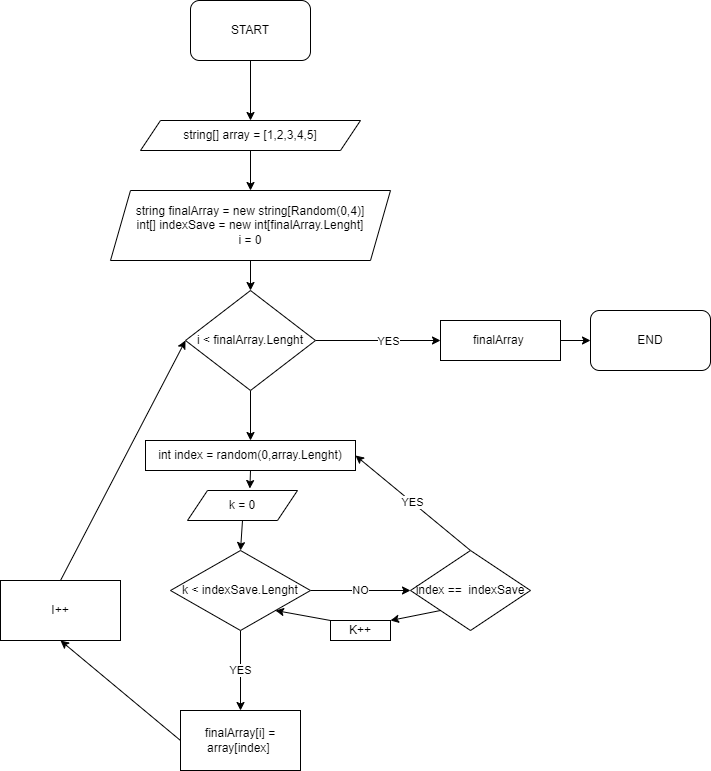
This is Block_diagram/example.drawio.png from Max-Shulga/Exam, a draw.io export, as it was before one commit. Source tidied: cells renumbered, new cells last; positions are measured from the earlier drawing's top-left corner, leaving out a move shared by most shapes. Source of this version:
```xml
<mxGraphModel>
  <root>
    <mxCell id="0" />
    <mxCell id="1" parent="0" />
    <mxCell id="2" style="edgeStyle=none;html=1;exitX=0.5;exitY=1;exitDx=0;exitDy=0;" parent="1" edge="1" source="3" target="6">
      <mxGeometry relative="1" as="geometry" />
    </mxCell>
    <mxCell id="3" value="START" style="rounded=1;whiteSpace=wrap;html=1;" parent="1" vertex="1">
      <mxGeometry x="190" width="120" height="60" as="geometry" />
    </mxCell>
    <mxCell id="4" value="END" style="rounded=1;whiteSpace=wrap;html=1;" parent="1" vertex="1">
      <mxGeometry x="590" y="310" width="120" height="60" as="geometry" />
    </mxCell>
    <mxCell id="5" style="edgeStyle=none;html=1;exitX=0.5;exitY=1;exitDx=0;exitDy=0;" parent="1" edge="1" source="6" target="8">
      <mxGeometry relative="1" as="geometry" />
    </mxCell>
    <mxCell id="6" value="string[] array = [1,2,3,4,5]" style="shape=parallelogram;perimeter=parallelogramPerimeter;whiteSpace=wrap;html=1;fixedSize=1;" parent="1" vertex="1">
      <mxGeometry x="140" y="120" width="220" height="30" as="geometry" />
    </mxCell>
    <mxCell id="7" style="edgeStyle=none;html=1;exitX=0.5;exitY=1;exitDx=0;exitDy=0;entryX=0.5;entryY=0;entryDx=0;entryDy=0;" parent="1" edge="1" source="8" target="12">
      <mxGeometry relative="1" as="geometry" />
    </mxCell>
    <mxCell id="8" value="string finalArray = new string[Random(0,4)]&lt;br&gt;int[] indexSave = new int[finalArray.Lenght]&lt;br&gt;i = 0" style="shape=parallelogram;perimeter=parallelogramPerimeter;whiteSpace=wrap;html=1;fixedSize=1;" parent="1" vertex="1">
      <mxGeometry x="110" y="190" width="280" height="70" as="geometry" />
    </mxCell>
    <mxCell id="9" style="edgeStyle=none;html=1;exitX=1;exitY=0.5;exitDx=0;exitDy=0;" parent="1" edge="1" source="12">
      <mxGeometry relative="1" as="geometry">
        <mxPoint x="440" y="340" as="targetPoint" />
      </mxGeometry>
    </mxCell>
    <mxCell id="10" value="YES" style="edgeLabel;html=1;align=center;verticalAlign=middle;" parent="9" vertex="1">
      <mxGeometry x="0.16" relative="1" as="geometry" />
    </mxCell>
    <mxCell id="11" style="edgeStyle=none;html=1;exitX=0.5;exitY=1;exitDx=0;exitDy=0;entryX=0.5;entryY=0;entryDx=0;entryDy=0;" parent="1" edge="1" source="12" target="16">
      <mxGeometry relative="1" as="geometry" />
    </mxCell>
    <mxCell id="12" value="i &amp;lt; finalArray.Lenght" style="rhombus;whiteSpace=wrap;html=1;" parent="1" vertex="1">
      <mxGeometry x="185" y="290" width="130" height="100" as="geometry" />
    </mxCell>
    <mxCell id="13" style="edgeStyle=none;html=1;exitX=1;exitY=0.5;exitDx=0;exitDy=0;entryX=0;entryY=0.5;entryDx=0;entryDy=0;" parent="1" edge="1" source="14" target="4">
      <mxGeometry relative="1" as="geometry" />
    </mxCell>
    <mxCell id="14" value="&lt;span&gt;finalArray&amp;nbsp;&lt;/span&gt;" style="rounded=0;whiteSpace=wrap;html=1;" parent="1" vertex="1">
      <mxGeometry x="440" y="320" width="120" height="40" as="geometry" />
    </mxCell>
    <mxCell id="15" style="edgeStyle=none;html=1;exitX=0.5;exitY=1;exitDx=0;exitDy=0;entryX=0.567;entryY=-0.066;entryDx=0;entryDy=0;entryPerimeter=0;" parent="1" edge="1" source="16" target="18">
      <mxGeometry relative="1" as="geometry" />
    </mxCell>
    <mxCell id="16" value="int index = random(0,array.Lenght)" style="rounded=0;whiteSpace=wrap;html=1;" parent="1" vertex="1">
      <mxGeometry x="145" y="440" width="210" height="30" as="geometry" />
    </mxCell>
    <mxCell id="17" style="edgeStyle=none;html=1;exitX=0.5;exitY=1;exitDx=0;exitDy=0;entryX=0.5;entryY=0;entryDx=0;entryDy=0;" parent="1" edge="1" source="18" target="21">
      <mxGeometry relative="1" as="geometry" />
    </mxCell>
    <mxCell id="18" value="k = 0" style="shape=parallelogram;perimeter=parallelogramPerimeter;whiteSpace=wrap;html=1;fixedSize=1;" parent="1" vertex="1">
      <mxGeometry x="187" y="490" width="110" height="30" as="geometry" />
    </mxCell>
    <mxCell id="19" value="NO" style="edgeStyle=none;html=1;exitX=1;exitY=0.5;exitDx=0;exitDy=0;entryX=0;entryY=0.5;entryDx=0;entryDy=0;" parent="1" edge="1" source="21" target="24">
      <mxGeometry relative="1" as="geometry" />
    </mxCell>
    <mxCell id="20" value="YES" style="edgeStyle=none;html=1;exitX=0.5;exitY=1;exitDx=0;exitDy=0;entryX=0.5;entryY=0;entryDx=0;entryDy=0;" parent="1" edge="1" source="21" target="26">
      <mxGeometry relative="1" as="geometry" />
    </mxCell>
    <mxCell id="21" value="k &amp;lt; indexSave.Lenght" style="rhombus;whiteSpace=wrap;html=1;" parent="1" vertex="1">
      <mxGeometry x="170" y="550" width="140" height="80" as="geometry" />
    </mxCell>
    <mxCell id="22" value="YES" style="edgeStyle=none;html=1;exitX=0.5;exitY=0;exitDx=0;exitDy=0;entryX=1;entryY=0.5;entryDx=0;entryDy=0;" parent="1" edge="1" source="24" target="16">
      <mxGeometry relative="1" as="geometry" />
    </mxCell>
    <mxCell id="23" style="edgeStyle=none;html=1;exitX=0;exitY=1;exitDx=0;exitDy=0;entryX=1;entryY=0;entryDx=0;entryDy=0;" parent="1" edge="1" source="24" target="30">
      <mxGeometry relative="1" as="geometry" />
    </mxCell>
    <mxCell id="24" value="index ==&amp;nbsp; indexSave" style="rhombus;whiteSpace=wrap;html=1;" parent="1" vertex="1">
      <mxGeometry x="410" y="550" width="120" height="80" as="geometry" />
    </mxCell>
    <mxCell id="25" style="edgeStyle=none;html=1;exitX=0;exitY=0.5;exitDx=0;exitDy=0;entryX=0.5;entryY=1;entryDx=0;entryDy=0;" parent="1" edge="1" source="26" target="28">
      <mxGeometry relative="1" as="geometry" />
    </mxCell>
    <mxCell id="26" value="&lt;span&gt;finalArray[i] = array[index]&amp;nbsp;&lt;/span&gt;" style="rounded=0;whiteSpace=wrap;html=1;" parent="1" vertex="1">
      <mxGeometry x="180" y="710" width="120" height="60" as="geometry" />
    </mxCell>
    <mxCell id="27" style="edgeStyle=none;html=1;exitX=0.5;exitY=0;exitDx=0;exitDy=0;entryX=0;entryY=0.5;entryDx=0;entryDy=0;" parent="1" edge="1" source="28" target="12">
      <mxGeometry relative="1" as="geometry" />
    </mxCell>
    <mxCell id="28" value="I++" style="rounded=0;whiteSpace=wrap;html=1;" parent="1" vertex="1">
      <mxGeometry y="580" width="120" height="60" as="geometry" />
    </mxCell>
    <mxCell id="29" style="edgeStyle=none;html=1;exitX=0;exitY=0;exitDx=0;exitDy=0;entryX=1;entryY=1;entryDx=0;entryDy=0;" parent="1" edge="1" source="30" target="21">
      <mxGeometry relative="1" as="geometry" />
    </mxCell>
    <mxCell id="30" value="K++" style="rounded=0;whiteSpace=wrap;html=1;" parent="1" vertex="1">
      <mxGeometry x="330" y="620" width="60" height="20" as="geometry" />
    </mxCell>
  </root>
</mxGraphModel>
```
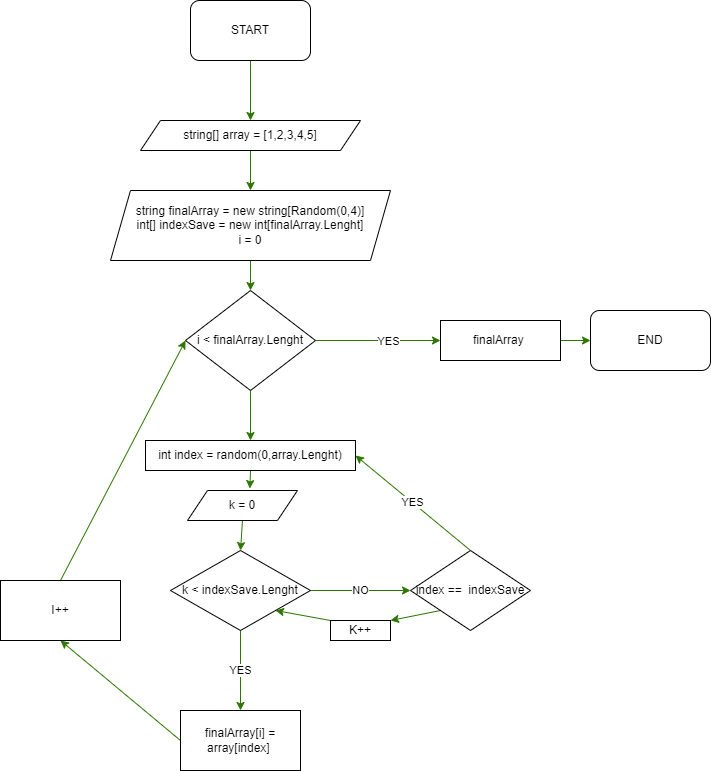
Above is the later version.

Diff of the diagram source:
```diff
@@ -2,7 +2,7 @@
   <root>
     <mxCell id="0" />
     <mxCell id="1" parent="0" />
-    <mxCell id="2" style="edgeStyle=none;html=1;exitX=0.5;exitY=1;exitDx=0;exitDy=0;" parent="1" edge="1" source="3" target="6">
+    <mxCell id="2" style="edgeStyle=none;html=1;exitX=0.5;exitY=1;exitDx=0;exitDy=0;fillColor=#60a917;strokeColor=#2D7600;" parent="1" edge="1" source="3" target="6">
       <mxGeometry relative="1" as="geometry" />
     </mxCell>
     <mxCell id="3" value="START" style="rounded=1;whiteSpace=wrap;html=1;" parent="1" vertex="1">
@@ -11,19 +11,19 @@
     <mxCell id="4" value="END" style="rounded=1;whiteSpace=wrap;html=1;" parent="1" vertex="1">
       <mxGeometry x="590" y="310" width="120" height="60" as="geometry" />
     </mxCell>
-    <mxCell id="5" style="edgeStyle=none;html=1;exitX=0.5;exitY=1;exitDx=0;exitDy=0;" parent="1" edge="1" source="6" target="8">
+    <mxCell id="5" style="edgeStyle=none;html=1;exitX=0.5;exitY=1;exitDx=0;exitDy=0;fillColor=#60a917;strokeColor=#2D7600;" parent="1" edge="1" source="6" target="8">
       <mxGeometry relative="1" as="geometry" />
     </mxCell>
     <mxCell id="6" value="string[] array = [1,2,3,4,5]" style="shape=parallelogram;perimeter=parallelogramPerimeter;whiteSpace=wrap;html=1;fixedSize=1;" parent="1" vertex="1">
       <mxGeometry x="140" y="120" width="220" height="30" as="geometry" />
     </mxCell>
-    <mxCell id="7" style="edgeStyle=none;html=1;exitX=0.5;exitY=1;exitDx=0;exitDy=0;entryX=0.5;entryY=0;entryDx=0;entryDy=0;" parent="1" edge="1" source="8" target="12">
+    <mxCell id="7" style="edgeStyle=none;html=1;exitX=0.5;exitY=1;exitDx=0;exitDy=0;entryX=0.5;entryY=0;entryDx=0;entryDy=0;fillColor=#60a917;strokeColor=#2D7600;" parent="1" edge="1" source="8" target="12">
       <mxGeometry relative="1" as="geometry" />
     </mxCell>
     <mxCell id="8" value="string finalArray = new string[Random(0,4)]&lt;br&gt;int[] indexSave = new int[finalArray.Lenght]&lt;br&gt;i = 0" style="shape=parallelogram;perimeter=parallelogramPerimeter;whiteSpace=wrap;html=1;fixedSize=1;" parent="1" vertex="1">
       <mxGeometry x="110" y="190" width="280" height="70" as="geometry" />
     </mxCell>
-    <mxCell id="9" style="edgeStyle=none;html=1;exitX=1;exitY=0.5;exitDx=0;exitDy=0;" parent="1" edge="1" source="12">
+    <mxCell id="9" style="edgeStyle=none;html=1;exitX=1;exitY=0.5;exitDx=0;exitDy=0;fillColor=#60a917;strokeColor=#2D7600;" parent="1" edge="1" source="12">
       <mxGeometry relative="1" as="geometry">
         <mxPoint x="440" y="340" as="targetPoint" />
       </mxGeometry>
@@ -31,61 +31,61 @@
     <mxCell id="10" value="YES" style="edgeLabel;html=1;align=center;verticalAlign=middle;" parent="9" vertex="1">
       <mxGeometry x="0.16" relative="1" as="geometry" />
     </mxCell>
-    <mxCell id="11" style="edgeStyle=none;html=1;exitX=0.5;exitY=1;exitDx=0;exitDy=0;entryX=0.5;entryY=0;entryDx=0;entryDy=0;" parent="1" edge="1" source="12" target="16">
+    <mxCell id="11" style="edgeStyle=none;html=1;exitX=0.5;exitY=1;exitDx=0;exitDy=0;entryX=0.5;entryY=0;entryDx=0;entryDy=0;fillColor=#60a917;strokeColor=#2D7600;" parent="1" edge="1" source="12" target="16">
       <mxGeometry relative="1" as="geometry" />
     </mxCell>
     <mxCell id="12" value="i &amp;lt; finalArray.Lenght" style="rhombus;whiteSpace=wrap;html=1;" parent="1" vertex="1">
       <mxGeometry x="185" y="290" width="130" height="100" as="geometry" />
     </mxCell>
-    <mxCell id="13" style="edgeStyle=none;html=1;exitX=1;exitY=0.5;exitDx=0;exitDy=0;entryX=0;entryY=0.5;entryDx=0;entryDy=0;" parent="1" edge="1" source="14" target="4">
+    <mxCell id="13" style="edgeStyle=none;html=1;exitX=1;exitY=0.5;exitDx=0;exitDy=0;entryX=0;entryY=0.5;entryDx=0;entryDy=0;fillColor=#60a917;strokeColor=#2D7600;" parent="1" edge="1" source="14" target="4">
       <mxGeometry relative="1" as="geometry" />
     </mxCell>
     <mxCell id="14" value="&lt;span&gt;finalArray&amp;nbsp;&lt;/span&gt;" style="rounded=0;whiteSpace=wrap;html=1;" parent="1" vertex="1">
       <mxGeometry x="440" y="320" width="120" height="40" as="geometry" />
     </mxCell>
-    <mxCell id="15" style="edgeStyle=none;html=1;exitX=0.5;exitY=1;exitDx=0;exitDy=0;entryX=0.567;entryY=-0.066;entryDx=0;entryDy=0;entryPerimeter=0;" parent="1" edge="1" source="16" target="18">
+    <mxCell id="15" style="edgeStyle=none;html=1;exitX=0.5;exitY=1;exitDx=0;exitDy=0;entryX=0.567;entryY=-0.066;entryDx=0;entryDy=0;entryPerimeter=0;fillColor=#60a917;strokeColor=#2D7600;" parent="1" edge="1" source="16" target="18">
       <mxGeometry relative="1" as="geometry" />
     </mxCell>
     <mxCell id="16" value="int index = random(0,array.Lenght)" style="rounded=0;whiteSpace=wrap;html=1;" parent="1" vertex="1">
       <mxGeometry x="145" y="440" width="210" height="30" as="geometry" />
     </mxCell>
-    <mxCell id="17" style="edgeStyle=none;html=1;exitX=0.5;exitY=1;exitDx=0;exitDy=0;entryX=0.5;entryY=0;entryDx=0;entryDy=0;" parent="1" edge="1" source="18" target="21">
+    <mxCell id="17" style="edgeStyle=none;html=1;exitX=0.5;exitY=1;exitDx=0;exitDy=0;entryX=0.5;entryY=0;entryDx=0;entryDy=0;fillColor=#60a917;strokeColor=#2D7600;" parent="1" edge="1" source="18" target="21">
       <mxGeometry relative="1" as="geometry" />
     </mxCell>
     <mxCell id="18" value="k = 0" style="shape=parallelogram;perimeter=parallelogramPerimeter;whiteSpace=wrap;html=1;fixedSize=1;" parent="1" vertex="1">
       <mxGeometry x="187" y="490" width="110" height="30" as="geometry" />
     </mxCell>
-    <mxCell id="19" value="NO" style="edgeStyle=none;html=1;exitX=1;exitY=0.5;exitDx=0;exitDy=0;entryX=0;entryY=0.5;entryDx=0;entryDy=0;" parent="1" edge="1" source="21" target="24">
+    <mxCell id="19" value="NO" style="edgeStyle=none;html=1;exitX=1;exitY=0.5;exitDx=0;exitDy=0;entryX=0;entryY=0.5;entryDx=0;entryDy=0;fillColor=#60a917;strokeColor=#2D7600;" parent="1" edge="1" source="21" target="24">
       <mxGeometry relative="1" as="geometry" />
     </mxCell>
-    <mxCell id="20" value="YES" style="edgeStyle=none;html=1;exitX=0.5;exitY=1;exitDx=0;exitDy=0;entryX=0.5;entryY=0;entryDx=0;entryDy=0;" parent="1" edge="1" source="21" target="26">
+    <mxCell id="20" value="YES" style="edgeStyle=none;html=1;exitX=0.5;exitY=1;exitDx=0;exitDy=0;entryX=0.5;entryY=0;entryDx=0;entryDy=0;fillColor=#60a917;strokeColor=#2D7600;" parent="1" edge="1" source="21" target="26">
       <mxGeometry relative="1" as="geometry" />
     </mxCell>
     <mxCell id="21" value="k &amp;lt; indexSave.Lenght" style="rhombus;whiteSpace=wrap;html=1;" parent="1" vertex="1">
       <mxGeometry x="170" y="550" width="140" height="80" as="geometry" />
     </mxCell>
-    <mxCell id="22" value="YES" style="edgeStyle=none;html=1;exitX=0.5;exitY=0;exitDx=0;exitDy=0;entryX=1;entryY=0.5;entryDx=0;entryDy=0;" parent="1" edge="1" source="24" target="16">
+    <mxCell id="22" value="YES" style="edgeStyle=none;html=1;exitX=0.5;exitY=0;exitDx=0;exitDy=0;entryX=1;entryY=0.5;entryDx=0;entryDy=0;fillColor=#60a917;strokeColor=#2D7600;" parent="1" edge="1" source="24" target="16">
       <mxGeometry relative="1" as="geometry" />
     </mxCell>
-    <mxCell id="23" style="edgeStyle=none;html=1;exitX=0;exitY=1;exitDx=0;exitDy=0;entryX=1;entryY=0;entryDx=0;entryDy=0;" parent="1" edge="1" source="24" target="30">
+    <mxCell id="23" style="edgeStyle=none;html=1;exitX=0;exitY=1;exitDx=0;exitDy=0;entryX=1;entryY=0;entryDx=0;entryDy=0;fillColor=#60a917;strokeColor=#2D7600;" parent="1" edge="1" source="24" target="30">
       <mxGeometry relative="1" as="geometry" />
     </mxCell>
     <mxCell id="24" value="index ==&amp;nbsp; indexSave" style="rhombus;whiteSpace=wrap;html=1;" parent="1" vertex="1">
       <mxGeometry x="410" y="550" width="120" height="80" as="geometry" />
     </mxCell>
-    <mxCell id="25" style="edgeStyle=none;html=1;exitX=0;exitY=0.5;exitDx=0;exitDy=0;entryX=0.5;entryY=1;entryDx=0;entryDy=0;" parent="1" edge="1" source="26" target="28">
+    <mxCell id="25" style="edgeStyle=none;html=1;exitX=0;exitY=0.5;exitDx=0;exitDy=0;entryX=0.5;entryY=1;entryDx=0;entryDy=0;fillColor=#60a917;strokeColor=#2D7600;" parent="1" edge="1" source="26" target="28">
       <mxGeometry relative="1" as="geometry" />
     </mxCell>
     <mxCell id="26" value="&lt;span&gt;finalArray[i] = array[index]&amp;nbsp;&lt;/span&gt;" style="rounded=0;whiteSpace=wrap;html=1;" parent="1" vertex="1">
       <mxGeometry x="180" y="710" width="120" height="60" as="geometry" />
     </mxCell>
-    <mxCell id="27" style="edgeStyle=none;html=1;exitX=0.5;exitY=0;exitDx=0;exitDy=0;entryX=0;entryY=0.5;entryDx=0;entryDy=0;" parent="1" edge="1" source="28" target="12">
+    <mxCell id="27" style="edgeStyle=none;html=1;exitX=0.5;exitY=0;exitDx=0;exitDy=0;entryX=0;entryY=0.5;entryDx=0;entryDy=0;fillColor=#60a917;strokeColor=#2D7600;" parent="1" edge="1" source="28" target="12">
       <mxGeometry relative="1" as="geometry" />
     </mxCell>
     <mxCell id="28" value="I++" style="rounded=0;whiteSpace=wrap;html=1;" parent="1" vertex="1">
       <mxGeometry y="580" width="120" height="60" as="geometry" />
     </mxCell>
-    <mxCell id="29" style="edgeStyle=none;html=1;exitX=0;exitY=0;exitDx=0;exitDy=0;entryX=1;entryY=1;entryDx=0;entryDy=0;" parent="1" edge="1" source="30" target="21">
+    <mxCell id="29" style="edgeStyle=none;html=1;exitX=0;exitY=0;exitDx=0;exitDy=0;entryX=1;entryY=1;entryDx=0;entryDy=0;fillColor=#60a917;strokeColor=#2D7600;" parent="1" edge="1" source="30" target="21">
       <mxGeometry relative="1" as="geometry" />
     </mxCell>
     <mxCell id="30" value="K++" style="rounded=0;whiteSpace=wrap;html=1;" parent="1" vertex="1">
```
